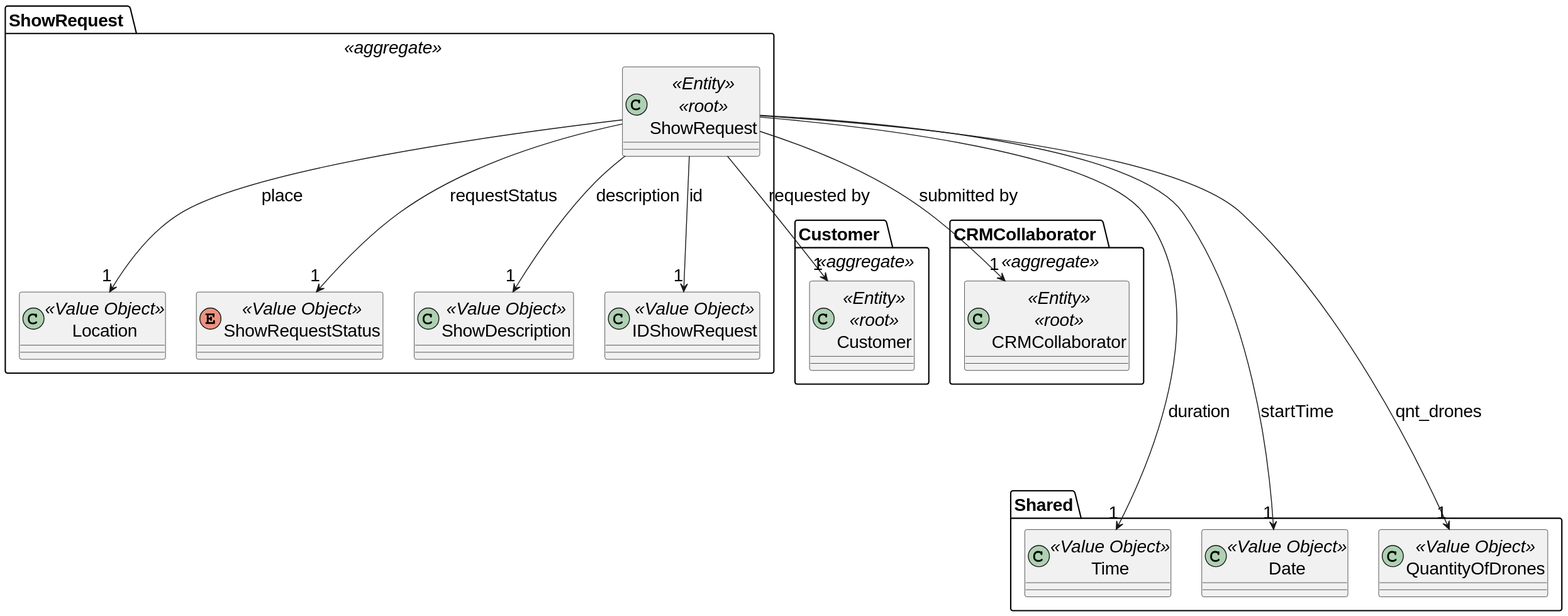
Earlier version of the PlantUML export docs/global_artifacts/analysis/images/domain_model_show_request.svg (diogoveirospro/sem4pi-2024-2025-sem4pi_2024_2025_g44). Its diagram source:
```plantuml
@startuml
skinparamlocked defaultFontSize 20

package "Customer " <<aggregate>> {
    class Customer <<Entity>> <<root>>{
    }

}

package "CRMCollaborator " <<aggregate>> {

    class CRMCollaborator <<Entity>> <<root>>{
    }
}

package "ShowRequest " <<aggregate>>{

    class Location <<Value Object>>{
    }

    enum ShowRequestStatus <<Value Object>>{
    }

    class ShowDescription <<Value Object>>{
    }

    class ShowRequest <<Entity>> <<root>>{
    }

    class IDShowRequest<<Value Object>>{
    }

    ShowRequest --> "1" ShowDescription : description
    ShowRequest --> "1" CRMCollaborator : submitted by
    ShowRequest --> "1" Customer: requested by
    ShowRequest --> "1" Location: place
    ShowRequest --> "1" ShowRequestStatus: requestStatus
    ShowRequest --> "1"IDShowRequest: id
}

package Shared {

    class Time <<Value Object>>{
    }

    class Date <<Value Object>>{
    }

    class QuantityOfDrones <<Value Object>>{
    }

    ShowRequest ----> "1" Time : duration
    ShowRequest ----> "1" Date : startTime
    ShowRequest ----> "1" QuantityOfDrones: qnt_drones

}
@enduml
```
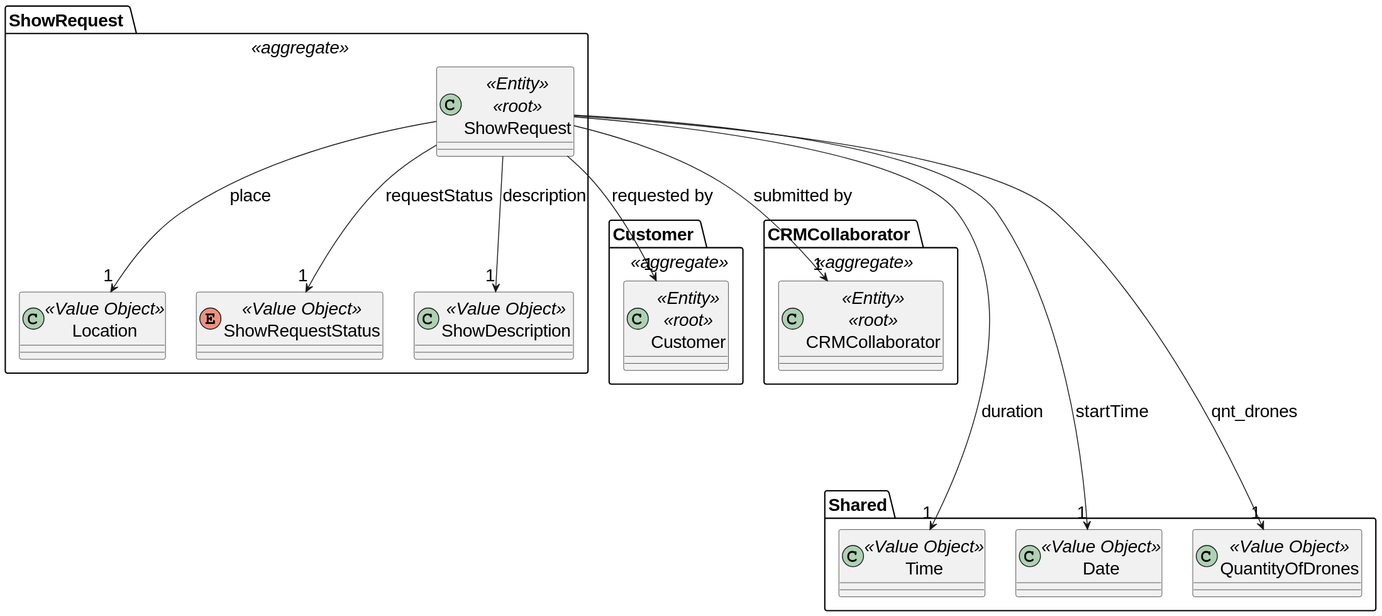
The same file after the commit.

Commit message:
#6 Elimination of domain model IDs.

Diff of the diagram source:
```diff
@@ -27,15 +27,11 @@
     class ShowRequest <<Entity>> <<root>>{
     }
 
-    class IDShowRequest<<Value Object>>{
-    }
-
     ShowRequest --> "1" ShowDescription : description
     ShowRequest --> "1" CRMCollaborator : submitted by
     ShowRequest --> "1" Customer: requested by
     ShowRequest --> "1" Location: place
     ShowRequest --> "1" ShowRequestStatus: requestStatus
-    ShowRequest --> "1"IDShowRequest: id
 }
 
 package Shared {
```
